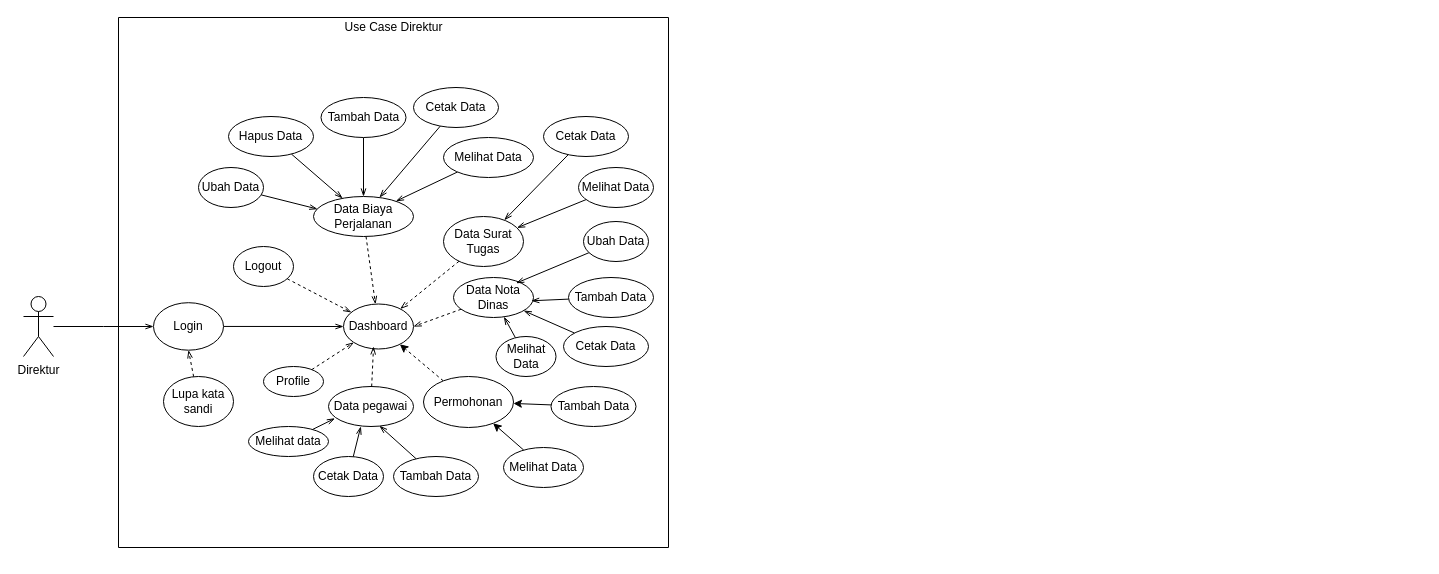
Earlier version of the draw.io diagram suratppd.drawio (rpnjul/suratppd). Source tidied: cells renumbered, new cells numbered last; positions are measured from the earlier drawing's top-left corner, leaving out a move shared by most shapes. Both pictures are drawn from the tidied source at 100%, with x=0, y=0 at pixel (23, 17).
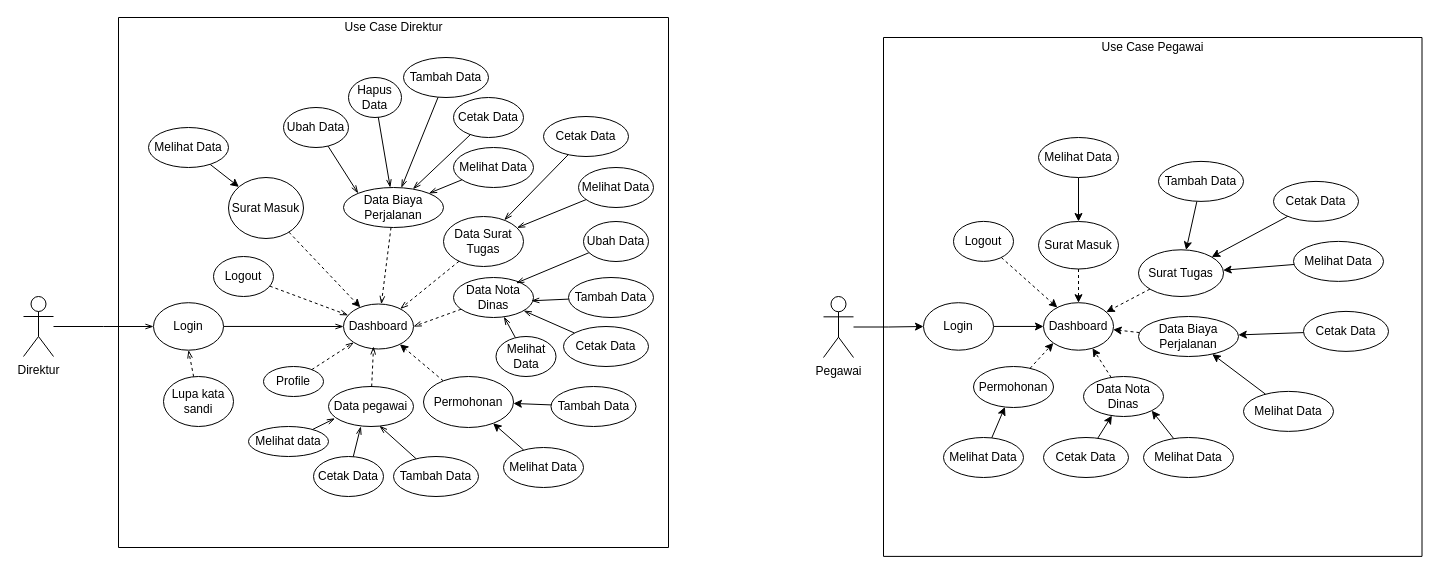
Above is the later version.

Unchanged cells that the change refers to:
```xml
<mxCell id="8" value="Dashboard" style="ellipse;whiteSpace=wrap;html=1;" parent="1" vertex="1">
  <mxGeometry x="320" y="286.5" width="70" height="45" as="geometry" />
</mxCell>
<mxCell id="56" style="swimlane;startSize=0;fillColor=#ffffff;" parent="1" vertex="1">
  <mxGeometry x="95" width="550" height="530" as="geometry" />
</mxCell>
```

What changed in the source:
```diff
@@
     <mxCell id="10" value="Logout" style="ellipse;whiteSpace=wrap;html=1;" parent="1" vertex="1">
-      <mxGeometry x="210" y="229" width="60" height="40" as="geometry" />
+      <mxGeometry x="190" y="239" width="60" height="40" as="geometry" />
     </mxCell>
@@
-    <mxCell id="22" value="Data Biaya Perjalanan" style="ellipse;whiteSpace=wrap;html=1;" parent="1" vertex="1">
-      <mxGeometry x="290" y="179" width="100" height="40" as="geometry" />
-    </mxCell>
-    <mxCell id="23" style="edgeStyle=none;rounded=0;jettySize=auto;html=1;endArrow=openThin;endFill=0;entryX=0.04;entryY=0.314;entryDx=0;entryDy=0;entryPerimeter=0;" parent="1" edge="1" source="24" target="22">
-      <mxGeometry relative="1" as="geometry" />
-    </mxCell>
-    <mxCell id="24" value="Ubah Data" style="ellipse;whiteSpace=wrap;html=1;" parent="1" vertex="1">
-      <mxGeometry x="175" y="150" width="65" height="40" as="geometry" />
-    </mxCell>
-    <mxCell id="25" style="edgeStyle=none;rounded=0;jettySize=auto;html=1;endArrow=openThin;endFill=0;" parent="1" edge="1" source="26" target="22">
-      <mxGeometry relative="1" as="geometry" />
-    </mxCell>
-    <mxCell id="26" value="Hapus Data" style="ellipse;whiteSpace=wrap;html=1;" parent="1" vertex="1">
-      <mxGeometry x="205" y="99" width="85" height="40" as="geometry" />
-    </mxCell>
-    <mxCell id="27" style="edgeStyle=none;rounded=0;jettySize=auto;html=1;endArrow=openThin;endFill=0;" parent="1" edge="1" source="28" target="22">
-      <mxGeometry relative="1" as="geometry" />
-    </mxCell>
-    <mxCell id="28" value="Tambah Data" style="ellipse;whiteSpace=wrap;html=1;" parent="1" vertex="1">
-      <mxGeometry x="297.5" y="80" width="85" height="40" as="geometry" />
-    </mxCell>
-    <mxCell id="29" style="edgeStyle=none;rounded=0;jettySize=auto;html=1;endArrow=openThin;endFill=0;" parent="1" edge="1" source="30" target="22">
-      <mxGeometry relative="1" as="geometry" />
-    </mxCell>
-    <mxCell id="30" value="Cetak Data" style="ellipse;whiteSpace=wrap;html=1;" parent="1" vertex="1">
-      <mxGeometry x="390" y="70" width="85" height="40" as="geometry" />
-    </mxCell>
-    <mxCell id="31" style="edgeStyle=none;rounded=0;jettySize=auto;html=1;endArrow=openThin;endFill=0;" parent="1" edge="1" source="32" target="22">
-      <mxGeometry relative="1" as="geometry" />
-    </mxCell>
-    <mxCell id="32" value="Melihat Data" style="ellipse;whiteSpace=wrap;html=1;" parent="1" vertex="1">
-      <mxGeometry x="420" y="120" width="90" height="40" as="geometry" />
-    </mxCell>
@@
+    <mxCell id="22" value="Data Biaya Perjalanan" style="ellipse;whiteSpace=wrap;html=1;" parent="56" vertex="1">
+      <mxGeometry x="225" y="170" width="100" height="40" as="geometry" />
+    </mxCell>
+    <mxCell id="32" value="Melihat Data" style="ellipse;whiteSpace=wrap;html=1;" parent="56" vertex="1">
+      <mxGeometry x="335" y="130" width="80" height="40" as="geometry" />
+    </mxCell>
+    <mxCell id="31" style="edgeStyle=none;rounded=0;jettySize=auto;html=1;endArrow=openThin;endFill=0;" parent="56" edge="1" source="32" target="22">
+      <mxGeometry relative="1" as="geometry" />
+    </mxCell>
+    <mxCell id="30" value="Cetak Data" style="ellipse;whiteSpace=wrap;html=1;" parent="56" vertex="1">
+      <mxGeometry x="335" y="80" width="70" height="40" as="geometry" />
+    </mxCell>
+    <mxCell id="29" style="edgeStyle=none;rounded=0;jettySize=auto;html=1;endArrow=openThin;endFill=0;" parent="56" edge="1" source="30" target="22">
+      <mxGeometry relative="1" as="geometry" />
+    </mxCell>
+    <mxCell id="28" value="Tambah Data" style="ellipse;whiteSpace=wrap;html=1;" parent="56" vertex="1">
+      <mxGeometry x="285" y="40" width="85" height="40" as="geometry" />
+    </mxCell>
+    <mxCell id="27" style="edgeStyle=none;rounded=0;jettySize=auto;html=1;endArrow=openThin;endFill=0;" parent="56" edge="1" source="28" target="22">
+      <mxGeometry relative="1" as="geometry" />
+    </mxCell>
+    <mxCell id="26" value="Hapus Data" style="ellipse;whiteSpace=wrap;html=1;" parent="56" vertex="1">
+      <mxGeometry x="230" y="60" width="53" height="40" as="geometry" />
+    </mxCell>
+    <mxCell id="25" style="edgeStyle=none;rounded=0;jettySize=auto;html=1;endArrow=openThin;endFill=0;" parent="56" edge="1" source="26" target="22">
+      <mxGeometry relative="1" as="geometry" />
+    </mxCell>
+    <mxCell id="24" value="Ubah Data" style="ellipse;whiteSpace=wrap;html=1;" parent="56" vertex="1">
+      <mxGeometry x="165" y="90" width="65" height="40" as="geometry" />
+    </mxCell>
+    <mxCell id="23" style="edgeStyle=none;rounded=0;jettySize=auto;html=1;endArrow=openThin;endFill=0;entryX=0;entryY=0;entryDx=0;entryDy=0;" parent="56" edge="1" source="24" target="22">
+      <mxGeometry relative="1" as="geometry" />
+    </mxCell>
+    <mxCell id="57" value="Surat Masuk" style="ellipse;whiteSpace=wrap;html=1;" parent="56" vertex="1">
+      <mxGeometry x="110" y="160" width="75" height="61" as="geometry" />
+    </mxCell>
+    <mxCell id="58" style="edgeStyle=none;rounded=0;jettySize=auto;html=1;" parent="56" edge="1" source="59" target="57">
+      <mxGeometry relative="1" as="geometry" />
+    </mxCell>
+    <mxCell id="59" value="Melihat Data" style="ellipse;whiteSpace=wrap;html=1;" parent="56" vertex="1">
+      <mxGeometry x="30" y="110" width="80" height="40" as="geometry" />
+    </mxCell>
+    <mxCell id="60" style="edgeStyle=orthogonalEdgeStyle;rounded=0;jettySize=auto;html=1;" parent="1" edge="1" source="61" target="63">
+      <mxGeometry relative="1" as="geometry" />
+    </mxCell>
+    <mxCell id="61" value="Pegawai" style="shape=umlActor;verticalLabelPosition=bottom;verticalAlign=top;html=1;" parent="1" vertex="1">
+      <mxGeometry x="800" y="279" width="30" height="61" as="geometry" />
+    </mxCell>
+    <mxCell id="62" style="edgeStyle=orthogonalEdgeStyle;rounded=0;jettySize=auto;html=1;" parent="1" edge="1" source="63" target="64">
+      <mxGeometry relative="1" as="geometry" />
+    </mxCell>
+    <mxCell id="63" value="Login" style="ellipse;whiteSpace=wrap;html=1;" parent="1" vertex="1">
+      <mxGeometry x="900" y="285.2" width="70" height="47.5" as="geometry" />
+    </mxCell>
+    <mxCell id="64" value="Dashboard&lt;span style=&quot;white-space: pre&quot;&gt;&lt;/span&gt;" style="ellipse;whiteSpace=wrap;html=1;" parent="1" vertex="1">
+      <mxGeometry x="1020" y="285.2" width="70" height="47.5" as="geometry" />
+    </mxCell>
+    <mxCell id="65" style="rounded=0;jettySize=auto;html=1;entryX=0;entryY=1;entryDx=0;entryDy=0;dashed=1;" parent="1" edge="1" source="66" target="64">
+      <mxGeometry relative="1" as="geometry" />
+    </mxCell>
+    <mxCell id="66" value="Permohonan" style="ellipse;whiteSpace=wrap;html=1;" parent="1" vertex="1">
+      <mxGeometry x="950" y="349" width="80" height="41" as="geometry" />
+    </mxCell>
+    <mxCell id="67" style="edgeStyle=none;rounded=0;jettySize=auto;html=1;" parent="1" edge="1" source="68" target="66">
+      <mxGeometry relative="1" as="geometry" />
+    </mxCell>
+    <mxCell id="68" value="Melihat Data" style="ellipse;whiteSpace=wrap;html=1;" parent="1" vertex="1">
+      <mxGeometry x="920" y="420" width="80" height="40" as="geometry" />
+    </mxCell>
+    <mxCell id="69" style="edgeStyle=none;rounded=0;jettySize=auto;html=1;dashed=1;entryX=0.5;entryY=0;entryDx=0;entryDy=0;" parent="1" edge="1" source="70" target="64">
+      <mxGeometry relative="1" as="geometry" />
+    </mxCell>
+    <mxCell id="70" value="Surat Masuk" style="ellipse;whiteSpace=wrap;html=1;" parent="1" vertex="1">
+      <mxGeometry x="1015" y="204" width="80" height="47.5" as="geometry" />
+    </mxCell>
+    <mxCell id="71" style="edgeStyle=none;rounded=0;jettySize=auto;html=1;" parent="1" edge="1" source="72" target="70">
+      <mxGeometry relative="1" as="geometry" />
+    </mxCell>
+    <mxCell id="72" value="Melihat Data" style="ellipse;whiteSpace=wrap;html=1;" parent="1" vertex="1">
+      <mxGeometry x="1015" y="120" width="80" height="40" as="geometry" />
+    </mxCell>
+    <mxCell id="73" style="edgeStyle=none;rounded=0;jettySize=auto;html=1;dashed=1;" parent="1" edge="1" source="74" target="64">
+      <mxGeometry relative="1" as="geometry" />
+    </mxCell>
+    <mxCell id="74" value="Surat Tugas" style="ellipse;whiteSpace=wrap;html=1;" parent="1" vertex="1">
+      <mxGeometry x="1115" y="232.3" width="85" height="46.7" as="geometry" />
+    </mxCell>
+    <mxCell id="75" style="edgeStyle=none;rounded=0;jettySize=auto;html=1;" parent="1" edge="1" source="94" target="74">
+      <mxGeometry relative="1" as="geometry" />
+    </mxCell>
+    <mxCell id="76" style="edgeStyle=none;rounded=0;jettySize=auto;html=1;" parent="1" edge="1" source="92" target="74">
+      <mxGeometry relative="1" as="geometry" />
+    </mxCell>
+    <mxCell id="77" style="edgeStyle=none;rounded=0;jettySize=auto;html=1;" parent="1" edge="1" source="91" target="74">
+      <mxGeometry relative="1" as="geometry" />
+    </mxCell>
+    <mxCell id="78" style="edgeStyle=none;rounded=0;jettySize=auto;html=1;dashed=1;" parent="1" edge="1" source="79" target="64">
+      <mxGeometry relative="1" as="geometry" />
+    </mxCell>
+    <mxCell id="79" value="Data Biaya Perjalanan" style="ellipse;whiteSpace=wrap;html=1;" parent="1" vertex="1">
+      <mxGeometry x="1115" y="299" width="100" height="40" as="geometry" />
+    </mxCell>
+    <mxCell id="80" style="edgeStyle=none;rounded=0;jettySize=auto;html=1;" parent="1" edge="1" source="90" target="79">
+      <mxGeometry relative="1" as="geometry" />
+    </mxCell>
+    <mxCell id="81" style="edgeStyle=none;rounded=0;jettySize=auto;html=1;" parent="1" edge="1" source="89" target="79">
+      <mxGeometry relative="1" as="geometry" />
+    </mxCell>
+    <mxCell id="82" style="edgeStyle=none;rounded=0;jettySize=auto;html=1;dashed=1;" parent="1" edge="1" source="83" target="64">
+      <mxGeometry relative="1" as="geometry" />
+    </mxCell>
+    <mxCell id="83" value="Data Nota Dinas" style="ellipse;whiteSpace=wrap;html=1;" parent="1" vertex="1">
+      <mxGeometry x="1060" y="359" width="80" height="40" as="geometry" />
+    </mxCell>
+    <mxCell id="84" style="edgeStyle=none;rounded=0;jettySize=auto;html=1;" parent="1" edge="1" source="85" target="83">
+      <mxGeometry relative="1" as="geometry" />
+    </mxCell>
+    <mxCell id="85" value="Cetak Data" style="ellipse;whiteSpace=wrap;html=1;" parent="1" vertex="1">
+      <mxGeometry x="1020" y="420" width="85" height="40" as="geometry" />
+    </mxCell>
+    <mxCell id="86" style="edgeStyle=none;rounded=0;jettySize=auto;html=1;entryX=1;entryY=1;entryDx=0;entryDy=0;" parent="1" edge="1" source="87" target="83">
+      <mxGeometry relative="1" as="geometry" />
+    </mxCell>
+    <mxCell id="87" value="Melihat Data" style="ellipse;whiteSpace=wrap;html=1;" parent="1" vertex="1">
+      <mxGeometry x="1120" y="420" width="90" height="40" as="geometry" />
+    </mxCell>
+    <mxCell id="88" style="swimlane;startSize=0;fillColor=#ffffff;" parent="1" vertex="1">
+      <mxGeometry x="860" y="20" width="538.5" height="518.9" as="geometry" />
+    </mxCell>
+    <mxCell id="89" value="Melihat Data" style="ellipse;whiteSpace=wrap;html=1;" parent="88" vertex="1">
+      <mxGeometry x="360" y="353.9" width="90" height="40" as="geometry" />
+    </mxCell>
+    <mxCell id="90" value="Cetak Data" style="ellipse;whiteSpace=wrap;html=1;" parent="88" vertex="1">
+      <mxGeometry x="420" y="273.9" width="85" height="40" as="geometry" />
+    </mxCell>
+    <mxCell id="91" value="Melihat Data" style="ellipse;whiteSpace=wrap;html=1;" parent="88" vertex="1">
+      <mxGeometry x="410" y="203.9" width="90" height="40" as="geometry" />
+    </mxCell>
+    <mxCell id="92" value="Cetak Data" style="ellipse;whiteSpace=wrap;html=1;" parent="88" vertex="1">
+      <mxGeometry x="390" y="143.9" width="85" height="40" as="geometry" />
+    </mxCell>
+    <mxCell id="93" value="Use Case Pegawai" style="text;html=1;strokeColor=none;fillColor=none;align=center;verticalAlign=middle;whiteSpace=wrap;rounded=0;" parent="88" vertex="1">
+      <mxGeometry x="166.7" width="205" height="20" as="geometry" />
+    </mxCell>
+    <mxCell id="94" value="Tambah Data" style="ellipse;whiteSpace=wrap;html=1;" parent="88" vertex="1">
+      <mxGeometry x="275" y="123.9" width="85" height="40" as="geometry" />
+    </mxCell>
+    <mxCell id="95" value="Logout" style="ellipse;whiteSpace=wrap;html=1;" parent="88" vertex="1">
+      <mxGeometry x="70" y="183.9" width="60" height="40" as="geometry" />
+    </mxCell>
+    <mxCell id="96" style="edgeStyle=none;rounded=0;jettySize=auto;html=1;dashed=1;" parent="1" edge="1" source="95" target="64">
+      <mxGeometry relative="1" as="geometry" />
+    </mxCell>
+    <mxCell id="97" style="edgeStyle=none;rounded=0;jettySize=auto;html=1;dashed=1;" parent="1" edge="1" source="57" target="8">
+      <mxGeometry relative="1" as="geometry" />
+    </mxCell>
```
